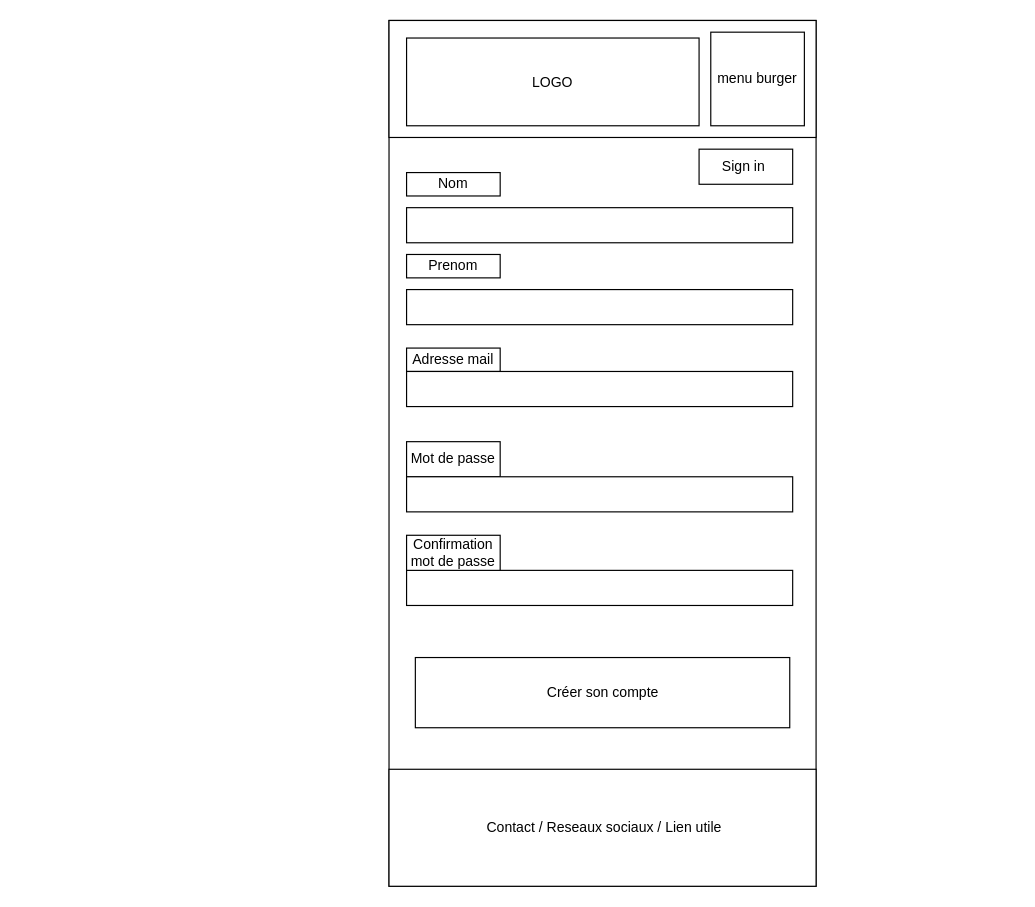
Before: page "Creation d'un compte" (3 of 10) of docs/wireframe_mobile.drawio in SeguierJonathan/ZombieLand, a draw.io diagram. Source tidied: cells renumbered, new cells numbered last; positions are measured from the earlier drawing's top-left corner, leaving out a move shared by most shapes. Both pictures are drawn from the tidied source at 117%, with x=0, y=0 at pixel (388, 20).
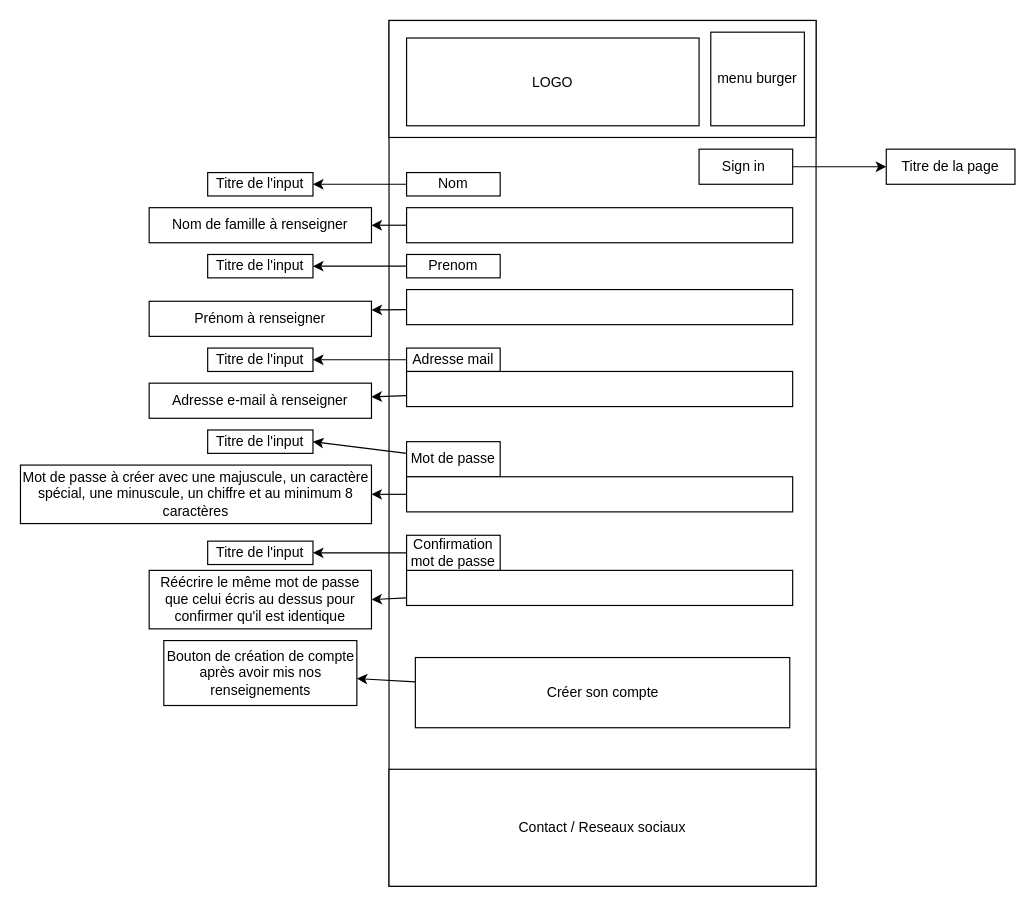
Above is the later version.

Unchanged cells that the change refers to:
```xml
<mxCell id="7" value="Sign in&amp;nbsp;" style="rounded=0;whiteSpace=wrap;html=1;" parent="1" vertex="1">
  <mxGeometry x="265" y="110" width="80" height="30" as="geometry" />
</mxCell>
<mxCell id="8" value="Adresse mail" style="rounded=0;whiteSpace=wrap;html=1;" parent="1" vertex="1">
  <mxGeometry x="15" y="280" width="80" height="20" as="geometry" />
</mxCell>
<mxCell id="9" value="Mot de passe" style="rounded=0;whiteSpace=wrap;html=1;" parent="1" vertex="1">
  <mxGeometry x="15" y="360" width="80" height="30" as="geometry" />
</mxCell>
<mxCell id="10" style="rounded=0;whiteSpace=wrap;html=1;" parent="1" vertex="1">
  <mxGeometry x="15" y="300" width="330" height="30" as="geometry" />
</mxCell>
<mxCell id="11" style="rounded=0;whiteSpace=wrap;html=1;" parent="1" vertex="1">
  <mxGeometry x="15" y="390" width="330" height="30" as="geometry" />
</mxCell>
<mxCell id="12" value="Créer son compte" style="rounded=0;whiteSpace=wrap;html=1;" parent="1" vertex="1">
  <mxGeometry x="22.5" y="544.5" width="320" height="60" as="geometry" />
</mxCell>
<mxCell id="13" style="rounded=0;whiteSpace=wrap;html=1;" parent="1" vertex="1">
  <mxGeometry x="15" y="470" width="330" height="30" as="geometry" />
</mxCell>
<mxCell id="14" value="Confirmation mot de passe" style="rounded=0;whiteSpace=wrap;html=1;" parent="1" vertex="1">
  <mxGeometry x="15" y="440" width="80" height="30" as="geometry" />
</mxCell>
<mxCell id="15" style="rounded=0;whiteSpace=wrap;html=1;" parent="1" vertex="1">
  <mxGeometry x="15" y="160" width="330" height="30" as="geometry" />
</mxCell>
<mxCell id="16" style="rounded=0;whiteSpace=wrap;html=1;" parent="1" vertex="1">
  <mxGeometry x="15" y="230" width="330" height="30" as="geometry" />
</mxCell>
<mxCell id="17" value="Nom" style="rounded=0;whiteSpace=wrap;html=1;" parent="1" vertex="1">
  <mxGeometry x="15" y="130" width="80" height="20" as="geometry" />
</mxCell>
<mxCell id="18" value="Prenom" style="rounded=0;whiteSpace=wrap;html=1;" parent="1" vertex="1">
  <mxGeometry x="15" y="200" width="80" height="20" as="geometry" />
</mxCell>
```

Change to the diagram source:
```diff
@@
-    <mxCell id="3" value="&amp;nbsp;Contact / Reseaux sociaux / Lien utile" style="rounded=0;whiteSpace=wrap;html=1;" parent="1" vertex="1">
+    <mxCell id="3" value="&amp;nbsp;Contact / Reseaux sociaux&amp;nbsp;" style="rounded=0;whiteSpace=wrap;html=1;" parent="1" vertex="1">
       <mxGeometry y="640" width="365" height="100" as="geometry" />
     </mxCell>
@@
+    <mxCell id="19" style="edgeStyle=none;html=1;" parent="1" edge="1" source="7" target="32">
+      <mxGeometry relative="1" as="geometry" />
+    </mxCell>
@@
+    <mxCell id="20" style="edgeStyle=none;html=1;entryX=1;entryY=0.5;entryDx=0;entryDy=0;" parent="1" edge="1" source="8" target="35">
+      <mxGeometry relative="1" as="geometry" />
+    </mxCell>
@@
+    <mxCell id="21" style="edgeStyle=none;html=1;entryX=1;entryY=0.5;entryDx=0;entryDy=0;" parent="1" edge="1" source="9" target="36">
+      <mxGeometry relative="1" as="geometry" />
+    </mxCell>
@@
+    <mxCell id="22" style="edgeStyle=none;html=1;" parent="1" edge="1" source="10" target="39">
+      <mxGeometry relative="1" as="geometry" />
+    </mxCell>
@@
+    <mxCell id="23" style="edgeStyle=none;html=1;entryX=1;entryY=0.5;entryDx=0;entryDy=0;" parent="1" edge="1" source="11" target="40">
+      <mxGeometry relative="1" as="geometry" />
+    </mxCell>
@@
+    <mxCell id="24" style="edgeStyle=none;html=1;" parent="1" edge="1" source="12" target="42">
+      <mxGeometry relative="1" as="geometry" />
+    </mxCell>
@@
+    <mxCell id="25" style="edgeStyle=none;html=1;entryX=1;entryY=0.5;entryDx=0;entryDy=0;" parent="1" edge="1" source="13" target="41">
+      <mxGeometry relative="1" as="geometry" />
+    </mxCell>
@@
+    <mxCell id="26" style="edgeStyle=none;html=1;entryX=1;entryY=0.5;entryDx=0;entryDy=0;" parent="1" edge="1" source="14" target="37">
+      <mxGeometry relative="1" as="geometry" />
+    </mxCell>
@@
+    <mxCell id="27" style="edgeStyle=none;html=1;entryX=1;entryY=0.5;entryDx=0;entryDy=0;" parent="1" edge="1" source="15" target="33">
+      <mxGeometry relative="1" as="geometry" />
+    </mxCell>
@@
+    <mxCell id="28" style="edgeStyle=none;html=1;entryX=1;entryY=0.25;entryDx=0;entryDy=0;" parent="1" edge="1" source="16" target="38">
+      <mxGeometry relative="1" as="geometry" />
+    </mxCell>
@@
+    <mxCell id="29" style="edgeStyle=none;html=1;" parent="1" edge="1" source="17" target="31">
+      <mxGeometry relative="1" as="geometry" />
+    </mxCell>
@@
+    <mxCell id="30" style="edgeStyle=none;html=1;" parent="1" edge="1" source="18" target="34">
+      <mxGeometry relative="1" as="geometry" />
+    </mxCell>
@@
+    <mxCell id="31" value="Titre de l'input" style="rounded=0;whiteSpace=wrap;html=1;" parent="1" vertex="1">
+      <mxGeometry x="-155" y="130" width="90" height="20" as="geometry" />
+    </mxCell>
+    <mxCell id="32" value="Titre de la page" style="rounded=0;whiteSpace=wrap;html=1;" parent="1" vertex="1">
+      <mxGeometry x="425" y="110" width="110" height="30" as="geometry" />
+    </mxCell>
+    <mxCell id="33" value="Nom de famille à renseigner" style="rounded=0;whiteSpace=wrap;html=1;" parent="1" vertex="1">
+      <mxGeometry x="-205" y="160" width="190" height="30" as="geometry" />
+    </mxCell>
+    <mxCell id="34" value="Titre de l'input" style="rounded=0;whiteSpace=wrap;html=1;" parent="1" vertex="1">
+      <mxGeometry x="-155" y="200" width="90" height="20" as="geometry" />
+    </mxCell>
+    <mxCell id="35" value="Titre de l'input" style="rounded=0;whiteSpace=wrap;html=1;" parent="1" vertex="1">
+      <mxGeometry x="-155" y="280" width="90" height="20" as="geometry" />
+    </mxCell>
+    <mxCell id="36" value="Titre de l'input" style="rounded=0;whiteSpace=wrap;html=1;" parent="1" vertex="1">
+      <mxGeometry x="-155" y="350" width="90" height="20" as="geometry" />
+    </mxCell>
+    <mxCell id="37" value="Titre de l'input" style="rounded=0;whiteSpace=wrap;html=1;" parent="1" vertex="1">
+      <mxGeometry x="-155" y="445" width="90" height="20" as="geometry" />
+    </mxCell>
+    <mxCell id="38" value="Prénom à renseigner" style="rounded=0;whiteSpace=wrap;html=1;" parent="1" vertex="1">
+      <mxGeometry x="-205" y="240" width="190" height="30" as="geometry" />
+    </mxCell>
+    <mxCell id="39" value="Adresse e-mail à renseigner" style="rounded=0;whiteSpace=wrap;html=1;" parent="1" vertex="1">
+      <mxGeometry x="-205" y="310" width="190" height="30" as="geometry" />
+    </mxCell>
+    <mxCell id="40" value="Mot de passe à créer avec une majuscule, un caractère spécial, une minuscule, un chiffre et au minimum 8 caractères" style="rounded=0;whiteSpace=wrap;html=1;" parent="1" vertex="1">
+      <mxGeometry x="-315" y="380" width="300" height="50" as="geometry" />
+    </mxCell>
+    <mxCell id="41" value="Réécrire le même mot de passe que celui écris au dessus pour confirmer qu'il est identique" style="rounded=0;whiteSpace=wrap;html=1;" parent="1" vertex="1">
+      <mxGeometry x="-205" y="470" width="190" height="50" as="geometry" />
+    </mxCell>
+    <mxCell id="42" value="Bouton de création de compte après avoir mis nos renseignements" style="rounded=0;whiteSpace=wrap;html=1;" parent="1" vertex="1">
+      <mxGeometry x="-192.5" y="530" width="165" height="55.5" as="geometry" />
+    </mxCell>
```
